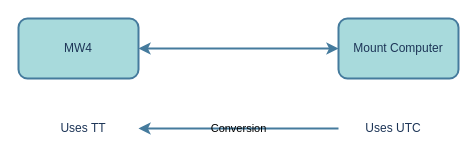
Earlier version of the draw.io diagram doc/architecture/image/time.drawio (mworion/MountWizzard4). Source tidied: cells renumbered, new cells numbered last; positions are measured from the earlier drawing's top-left corner, leaving out a move shared by most shapes. Both pictures are drawn from the tidied source at 100%, with x=0, y=0 at pixel (18, 18).
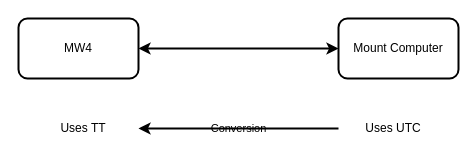
Above is the later version.

What changed in the source:
```diff
@@
 <mxGraphModel>
   <root>
     <mxCell id="0" />
     <mxCell id="1" parent="0" />
-    <mxCell id="2" value="MW4" style="rounded=1;whiteSpace=wrap;html=1;strokeWidth=2;labelBackgroundColor=none;fillColor=#A8DADC;strokeColor=#457B9D;fontColor=#1D3557;" parent="1" vertex="1">
+    <mxCell id="2" value="MW4" style="rounded=1;whiteSpace=wrap;html=1;strokeWidth=2;labelBackgroundColor=none;" parent="1" vertex="1">
       <mxGeometry width="120" height="60" as="geometry" />
     </mxCell>
-    <mxCell id="3" value="Mount Computer" style="rounded=1;whiteSpace=wrap;html=1;strokeWidth=2;labelBackgroundColor=none;fillColor=#A8DADC;strokeColor=#457B9D;fontColor=#1D3557;" parent="1" vertex="1">
+    <mxCell id="3" value="Mount Computer" style="rounded=1;whiteSpace=wrap;html=1;strokeWidth=2;labelBackgroundColor=none;" parent="1" vertex="1">
       <mxGeometry x="320" width="120" height="60" as="geometry" />
     </mxCell>
-    <mxCell id="4" style="endArrow=classic;startArrow=classic;html=1;exitX=1;exitY=0.5;exitDx=0;exitDy=0;entryX=0;entryY=0.5;entryDx=0;entryDy=0;strokeWidth=2;labelBackgroundColor=none;strokeColor=#457B9D;fontColor=default;" parent="1" edge="1" source="2" target="3">
+    <mxCell id="4" style="endArrow=classic;startArrow=classic;html=1;exitX=1;exitY=0.5;exitDx=0;exitDy=0;entryX=0;entryY=0.5;entryDx=0;entryDy=0;strokeWidth=2;labelBackgroundColor=none;fontColor=default;" parent="1" edge="1" source="2" target="3">
       <mxGeometry relative="1" as="geometry" />
     </mxCell>
-    <mxCell id="5" value="Uses TT" style="text;html=1;strokeColor=none;fillColor=none;align=center;verticalAlign=middle;whiteSpace=wrap;rounded=0;labelBackgroundColor=none;fontColor=#1D3557;" parent="1" vertex="1">
+    <mxCell id="5" value="Uses TT" style="text;html=1;strokeColor=none;fillColor=none;align=center;verticalAlign=middle;whiteSpace=wrap;rounded=0;labelBackgroundColor=none;" parent="1" vertex="1">
       <mxGeometry x="10" y="100" width="110" height="20" as="geometry" />
     </mxCell>
-    <mxCell id="6" value="Uses UTC" style="text;html=1;strokeColor=none;fillColor=none;align=center;verticalAlign=middle;whiteSpace=wrap;rounded=0;labelBackgroundColor=none;fontColor=#1D3557;" parent="1" vertex="1">
+    <mxCell id="6" value="Uses UTC" style="text;html=1;strokeColor=none;fillColor=none;align=center;verticalAlign=middle;whiteSpace=wrap;rounded=0;labelBackgroundColor=none;" parent="1" vertex="1">
       <mxGeometry x="320" y="100" width="110" height="20" as="geometry" />
     </mxCell>
-    <mxCell id="7" value="Conversion" style="endArrow=classic;html=1;strokeWidth=2;exitX=0;exitY=0.5;exitDx=0;exitDy=0;entryX=1;entryY=0.5;entryDx=0;entryDy=0;labelBackgroundColor=none;strokeColor=#457B9D;fontColor=default;" parent="1" edge="1" source="6" target="5">
+    <mxCell id="7" value="Conversion" style="endArrow=classic;html=1;strokeWidth=2;exitX=0;exitY=0.5;exitDx=0;exitDy=0;entryX=1;entryY=0.5;entryDx=0;entryDy=0;labelBackgroundColor=none;fontColor=default;" parent="1" edge="1" source="6" target="5">
       <mxGeometry relative="1" as="geometry" />
     </mxCell>
   </root>
 </mxGraphModel>
```
